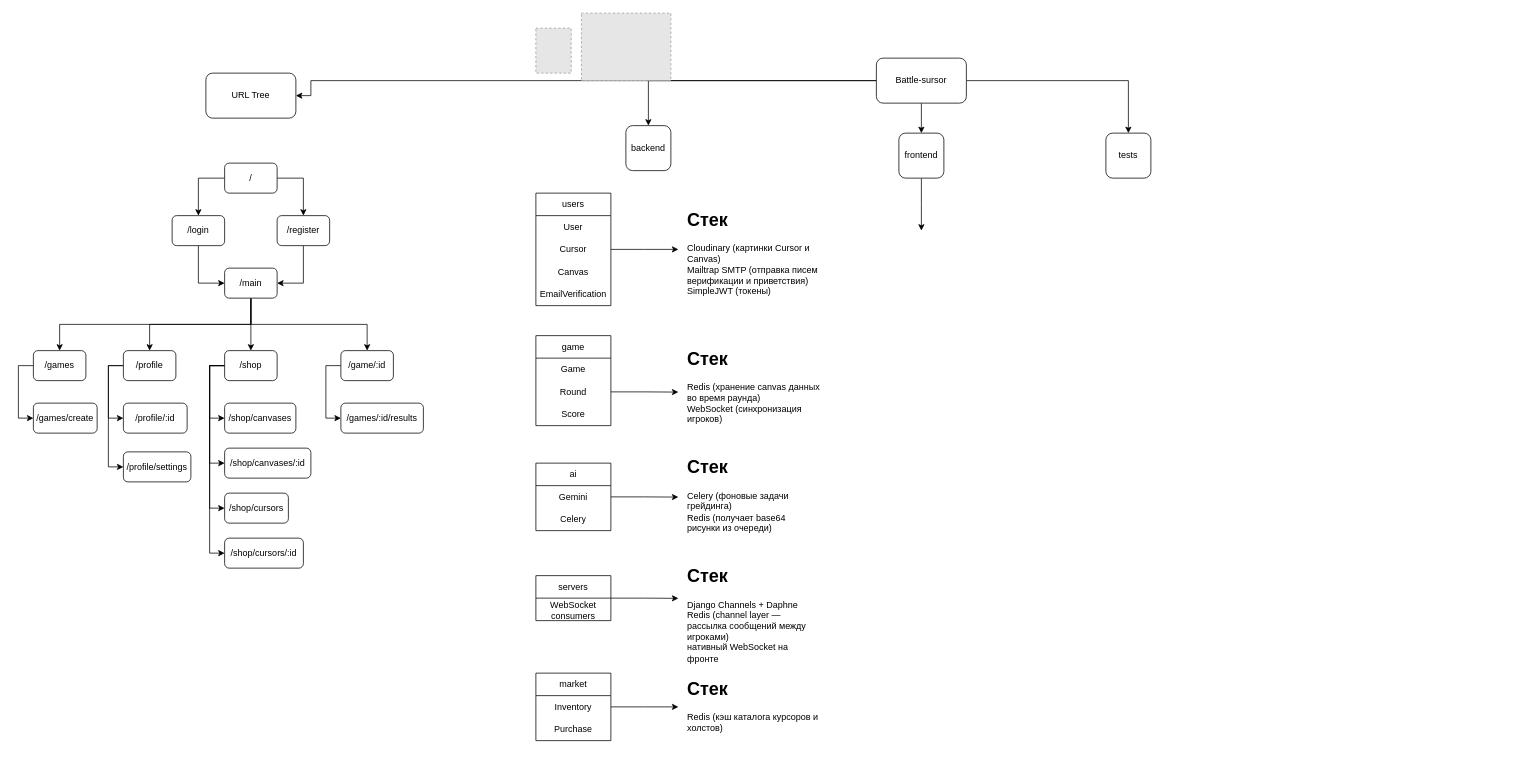
The draw.io diagram page "Architecture" (1 of 4) of Diagrams/Diagrams.drawio in ZeBro-pentest/Battle-cursor, before the edit. Source tidied: cells renumbered, new cells numbered last; positions are measured from the earlier drawing's top-left corner, leaving out a move shared by most shapes. Both pictures are drawn from the tidied source at 75%, with x=0, y=0 at pixel (33, 13). Pictures stored in the file or linked from it are replaced by grey dashed boxes.
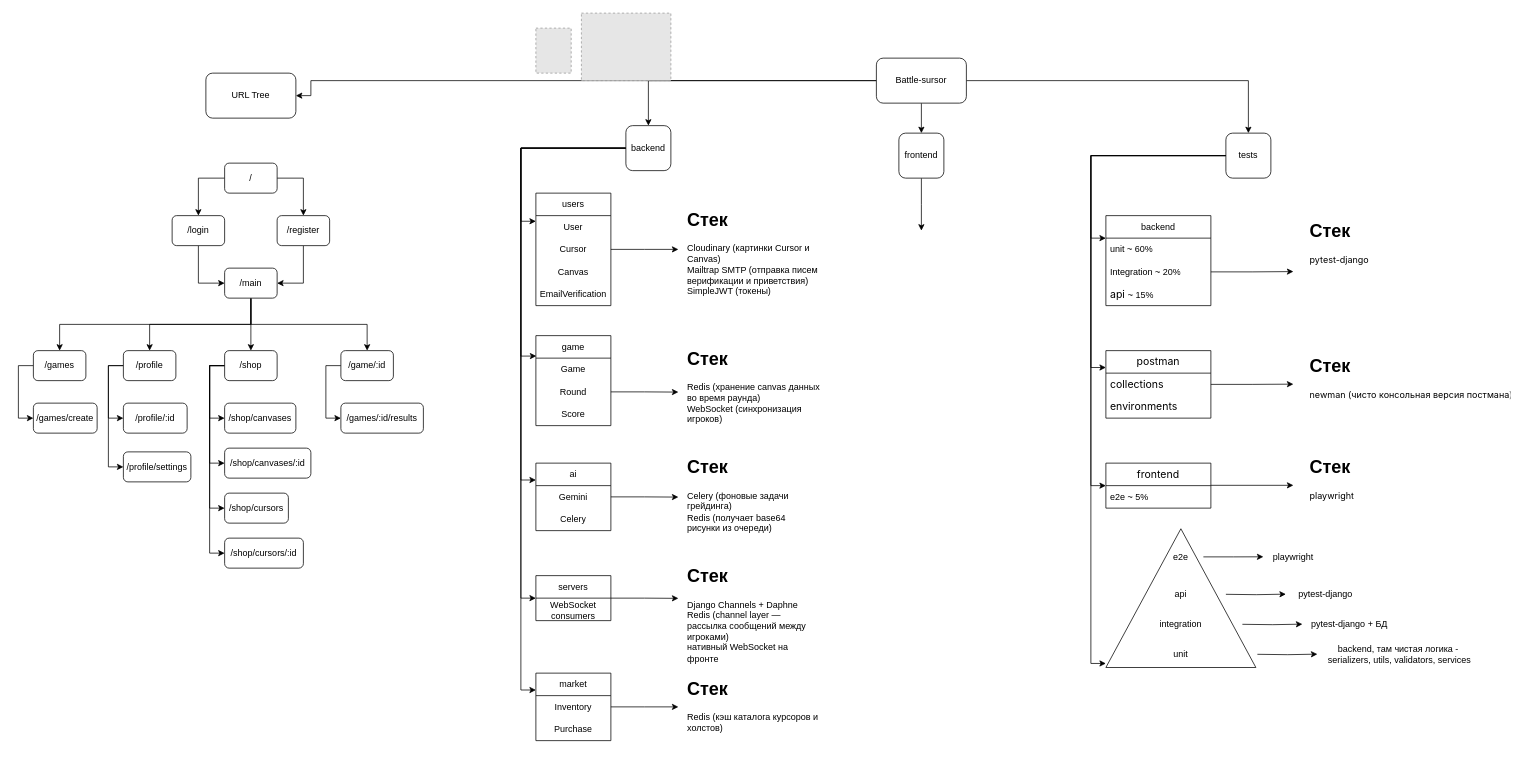
Above is the later version.

Unchanged cells that the change refers to:
```xml
<mxCell id="7" value="backend" style="rounded=1;whiteSpace=wrap;html=1;" parent="1" vertex="1">
  <mxGeometry x="790" y="150" width="60" height="60" as="geometry" />
</mxCell>
<mxCell id="11" value="users" style="swimlane;fontStyle=0;horizontal=1;startSize=30;whiteSpace=wrap;html=1;" parent="1" vertex="1">
  <mxGeometry x="670" y="240" width="100" height="150" as="geometry" />
</mxCell>
<mxCell id="17" value="Game" style="text;strokeColor=none;fillColor=none;align=center;verticalAlign=middle;spacingLeft=4;spacingRight=4;overflow=hidden;points=[[0,0.5],[1,0.5]];portConstraint=eastwest;whiteSpace=wrap;html=1;" parent="16" vertex="1">
  <mxGeometry y="30" width="100" height="30" as="geometry" />
</mxCell>
<mxCell id="21" value="ai" style="swimlane;fontStyle=0;horizontal=1;startSize=30;whiteSpace=wrap;html=1;" parent="1" vertex="1">
  <mxGeometry x="670" y="600" width="100" height="90" as="geometry" />
</mxCell>
<mxCell id="26" value="servers" style="swimlane;fontStyle=0;horizontal=1;startSize=30;whiteSpace=wrap;html=1;" parent="1" vertex="1">
  <mxGeometry x="670" y="750" width="100" height="60" as="geometry" />
</mxCell>
<mxCell id="66" value="market" style="swimlane;fontStyle=0;horizontal=1;startSize=30;whiteSpace=wrap;html=1;" parent="1" vertex="1">
  <mxGeometry x="670" y="880" width="100" height="90" as="geometry" />
</mxCell>
```

Diff of the diagram source:
```diff
@@
+    <mxCell id="73" style="edgeStyle=orthogonalEdgeStyle;rounded=0;jettySize=auto;html=1;exitX=0;exitY=0.5;exitDx=0;exitDy=0;entryX=0;entryY=0.25;entryDx=0;entryDy=0;" parent="1" edge="1" source="7" target="11">
+      <mxGeometry relative="1" as="geometry" />
+    </mxCell>
+    <mxCell id="74" style="edgeStyle=orthogonalEdgeStyle;rounded=0;jettySize=auto;html=1;exitX=0;exitY=0.5;exitDx=0;exitDy=0;entryX=0;entryY=0.25;entryDx=0;entryDy=0;" parent="1" edge="1" source="7" target="21">
+      <mxGeometry relative="1" as="geometry" />
+    </mxCell>
+    <mxCell id="75" style="edgeStyle=orthogonalEdgeStyle;rounded=0;jettySize=auto;html=1;exitX=0;exitY=0.5;exitDx=0;exitDy=0;entryX=0;entryY=0.5;entryDx=0;entryDy=0;" parent="1" edge="1" source="7" target="26">
+      <mxGeometry relative="1" as="geometry" />
+    </mxCell>
+    <mxCell id="76" style="edgeStyle=orthogonalEdgeStyle;rounded=0;jettySize=auto;html=1;exitX=0;exitY=0.5;exitDx=0;exitDy=0;entryX=0;entryY=0.25;entryDx=0;entryDy=0;" parent="1" edge="1" source="7" target="66">
+      <mxGeometry relative="1" as="geometry" />
+    </mxCell>
@@
+    <mxCell id="77" style="edgeStyle=orthogonalEdgeStyle;rounded=0;jettySize=auto;html=1;exitX=0;exitY=0.5;exitDx=0;exitDy=0;entryX=0;entryY=0.25;entryDx=0;entryDy=0;" parent="1" edge="1" source="10" target="80">
+      <mxGeometry relative="1" as="geometry" />
+    </mxCell>
+    <mxCell id="78" style="edgeStyle=orthogonalEdgeStyle;rounded=0;jettySize=auto;html=1;exitX=0;exitY=0.5;exitDx=0;exitDy=0;entryX=0;entryY=0.25;entryDx=0;entryDy=0;" parent="1" edge="1" source="10" target="86">
+      <mxGeometry relative="1" as="geometry" />
+    </mxCell>
+    <mxCell id="79" style="edgeStyle=orthogonalEdgeStyle;rounded=0;jettySize=auto;html=1;exitX=0;exitY=0.5;exitDx=0;exitDy=0;entryX=0;entryY=0.5;entryDx=0;entryDy=0;" parent="1" edge="1" source="10" target="92">
+      <mxGeometry relative="1" as="geometry" />
+    </mxCell>
     <mxCell id="10" value="tests" style="rounded=1;whiteSpace=wrap;html=1;" parent="1" vertex="1">
-      <mxGeometry x="1430" y="160" width="60" height="60" as="geometry" />
+      <mxGeometry x="1590" y="160" width="60" height="60" as="geometry" />
     </mxCell>
@@
+    <mxCell id="80" value="backend" style="swimlane;fontStyle=0;horizontal=1;startSize=30;whiteSpace=wrap;html=1;" parent="1" vertex="1">
+      <mxGeometry x="1430" y="270" width="140" height="120" as="geometry" />
+    </mxCell>
+    <mxCell id="81" value="unit ~ 60%" style="text;strokeColor=none;fillColor=none;align=left;verticalAlign=middle;spacingLeft=4;spacingRight=4;overflow=hidden;whiteSpace=wrap;html=1;" parent="80" vertex="1">
+      <mxGeometry y="30" width="140" height="30" as="geometry" />
+    </mxCell>
+    <mxCell id="82" style="edgeStyle=orthogonalEdgeStyle;rounded=0;jettySize=auto;html=1;exitX=1;exitY=0.5;exitDx=0;exitDy=0;" parent="80" edge="1" source="83">
+      <mxGeometry relative="1" as="geometry">
+        <mxPoint x="250" y="74.6" as="targetPoint" />
+      </mxGeometry>
+    </mxCell>
+    <mxCell id="83" value="Integration ~ 20%" style="text;strokeColor=none;fillColor=none;align=left;verticalAlign=middle;spacingLeft=4;spacingRight=4;overflow=hidden;points=[[0,0.5],[1,0.5]];portConstraint=eastwest;whiteSpace=wrap;html=1;" parent="80" vertex="1">
+      <mxGeometry y="60" width="140" height="30" as="geometry" />
+    </mxCell>
+    <mxCell id="84" value="&lt;span style=&quot;font-family: &amp;quot;Anthropic Sans&amp;quot;, -apple-system, BlinkMacSystemFont, &amp;quot;Segoe UI&amp;quot;, sans-serif; font-size: 14px; white-space: nowrap;&quot;&gt;api&amp;nbsp;&lt;/span&gt;~ 15%" style="text;strokeColor=none;fillColor=none;align=left;verticalAlign=middle;spacingLeft=4;spacingRight=4;overflow=hidden;whiteSpace=wrap;html=1;" parent="80" vertex="1">
+      <mxGeometry y="90" width="140" height="30" as="geometry" />
+    </mxCell>
+    <mxCell id="85" style="edgeStyle=orthogonalEdgeStyle;rounded=0;jettySize=auto;html=1;exitX=0;exitY=0.5;exitDx=0;exitDy=0;entryX=0.006;entryY=-0.091;entryDx=0;entryDy=0;entryPerimeter=0;" parent="1" edge="1" source="7" target="17">
+      <mxGeometry relative="1" as="geometry" />
+    </mxCell>
+    <mxCell id="86" value="&lt;span style=&quot;font-family: &amp;quot;Anthropic Sans&amp;quot;, -apple-system, BlinkMacSystemFont, &amp;quot;Segoe UI&amp;quot;, sans-serif; font-size: 14px; text-align: start; white-space: nowrap;&quot;&gt;postman&lt;/span&gt;" style="swimlane;fontStyle=0;horizontal=1;startSize=30;whiteSpace=wrap;html=1;" parent="1" vertex="1">
+      <mxGeometry x="1430" y="450" width="140" height="90" as="geometry" />
+    </mxCell>
+    <mxCell id="87" style="edgeStyle=orthogonalEdgeStyle;rounded=0;jettySize=auto;html=1;exitX=1;exitY=0.5;exitDx=0;exitDy=0;" parent="86" edge="1" source="88">
+      <mxGeometry relative="1" as="geometry">
+        <mxPoint x="250" y="44.7" as="targetPoint" />
+      </mxGeometry>
+    </mxCell>
+    <mxCell id="88" value="&lt;span style=&quot;font-family: &amp;quot;Anthropic Sans&amp;quot;, -apple-system, BlinkMacSystemFont, &amp;quot;Segoe UI&amp;quot;, sans-serif; font-size: 14px; white-space: nowrap;&quot;&gt;collections&lt;/span&gt;" style="text;strokeColor=none;fillColor=none;align=left;verticalAlign=middle;spacingLeft=4;spacingRight=4;overflow=hidden;points=[[0,0.5],[1,0.5]];portConstraint=eastwest;whiteSpace=wrap;html=1;" parent="86" vertex="1">
+      <mxGeometry y="30" width="140" height="30" as="geometry" />
+    </mxCell>
+    <mxCell id="89" value="&lt;span style=&quot;font-family: &amp;quot;Anthropic Sans&amp;quot;, -apple-system, BlinkMacSystemFont, &amp;quot;Segoe UI&amp;quot;, sans-serif; font-size: 14px; white-space: nowrap;&quot;&gt;environments&lt;/span&gt;" style="text;strokeColor=none;fillColor=none;align=left;verticalAlign=middle;spacingLeft=4;spacingRight=4;overflow=hidden;whiteSpace=wrap;html=1;" parent="86" vertex="1">
+      <mxGeometry y="60" width="140" height="30" as="geometry" />
+    </mxCell>
+    <mxCell id="90" value="&lt;h1 style=&quot;margin-top: 0px;&quot;&gt;Стек&lt;/h1&gt;&lt;p&gt;&lt;span style=&quot;font-family: &amp;quot;Anthropic Sans&amp;quot;, -apple-system, BlinkMacSystemFont, &amp;quot;Segoe UI&amp;quot;, sans-serif; white-space: nowrap;&quot;&gt;pytest-django&lt;/span&gt;&lt;/p&gt;" style="text;html=1;whiteSpace=wrap;overflow=hidden;rounded=0;" parent="1" vertex="1">
+      <mxGeometry x="1700" y="270" width="180" height="120" as="geometry" />
+    </mxCell>
+    <mxCell id="91" value="&lt;h1 style=&quot;margin-top: 0px;&quot;&gt;Стек&lt;/h1&gt;&lt;p&gt;&lt;span style=&quot;font-family: &amp;quot;Anthropic Sans&amp;quot;, -apple-system, BlinkMacSystemFont, &amp;quot;Segoe UI&amp;quot;, sans-serif; white-space: nowrap;&quot;&gt;newman (чисто консольная версия постмана)&lt;/span&gt;&lt;/p&gt;" style="text;html=1;whiteSpace=wrap;overflow=hidden;rounded=0;" parent="1" vertex="1">
+      <mxGeometry x="1700" y="450" width="270" height="120" as="geometry" />
+    </mxCell>
+    <mxCell id="92" value="&lt;div style=&quot;text-align: start;&quot;&gt;&lt;span style=&quot;background-color: transparent; color: light-dark(rgb(0, 0, 0), rgb(255, 255, 255)); font-size: 14px; text-wrap-mode: nowrap;&quot;&gt;&lt;font face=&quot;Anthropic Sans, -apple-system, BlinkMacSystemFont, Segoe UI, sans-serif&quot;&gt;frontend&lt;/font&gt;&lt;/span&gt;&lt;/div&gt;" style="swimlane;fontStyle=0;horizontal=1;startSize=30;whiteSpace=wrap;html=1;" parent="1" vertex="1">
+      <mxGeometry x="1430" y="600" width="140" height="60" as="geometry" />
+    </mxCell>
+    <mxCell id="93" value="e2e ~ 5%" style="text;strokeColor=none;fillColor=none;align=left;verticalAlign=middle;spacingLeft=4;spacingRight=4;overflow=hidden;whiteSpace=wrap;html=1;" parent="92" vertex="1">
+      <mxGeometry y="30" width="140" height="30" as="geometry" />
+    </mxCell>
+    <mxCell id="94" value="&lt;h1 style=&quot;margin-top: 0px;&quot;&gt;Стек&lt;/h1&gt;&lt;p&gt;&lt;span style=&quot;font-family: &amp;quot;Anthropic Sans&amp;quot;, -apple-system, BlinkMacSystemFont, &amp;quot;Segoe UI&amp;quot;, sans-serif; white-space: nowrap;&quot;&gt;playwright&lt;/span&gt;&lt;/p&gt;" style="text;html=1;whiteSpace=wrap;overflow=hidden;rounded=0;" parent="1" vertex="1">
+      <mxGeometry x="1700" y="585" width="180" height="120" as="geometry" />
+    </mxCell>
+    <mxCell id="95" style="edgeStyle=orthogonalEdgeStyle;rounded=0;orthogonalLoop=1;jettySize=auto;html=1;exitX=1;exitY=0.5;exitDx=0;exitDy=0;" parent="1" edge="1">
+      <mxGeometry relative="1" as="geometry">
+        <mxPoint x="1570" y="629.6" as="sourcePoint" />
+        <mxPoint x="1680" y="629.6" as="targetPoint" />
+      </mxGeometry>
+    </mxCell>
+    <mxCell id="96" style="triangle;whiteSpace=wrap;html=1;direction=north;" parent="1" vertex="1">
+      <mxGeometry x="1430" y="687.5" width="200" height="185" as="geometry" />
+    </mxCell>
+    <mxCell id="97" style="edgeStyle=orthogonalEdgeStyle;rounded=0;jettySize=auto;html=1;exitX=0;exitY=0.5;exitDx=0;exitDy=0;entryX=0.029;entryY=0;entryDx=0;entryDy=0;entryPerimeter=0;" parent="1" edge="1" source="10" target="96">
+      <mxGeometry relative="1" as="geometry" />
+    </mxCell>
+    <mxCell id="98" style="edgeStyle=orthogonalEdgeStyle;rounded=0;jettySize=auto;html=1;exitX=1;exitY=0.5;exitDx=0;exitDy=0;" parent="1" edge="1" source="99">
+      <mxGeometry relative="1" as="geometry">
+        <mxPoint x="1640" y="724.9" as="targetPoint" />
+      </mxGeometry>
+    </mxCell>
+    <mxCell id="99" value="e2e" style="text;html=1;whiteSpace=wrap;strokeColor=none;fillColor=none;align=center;verticalAlign=middle;rounded=0;" parent="1" vertex="1">
+      <mxGeometry x="1500" y="710" width="60" height="30" as="geometry" />
+    </mxCell>
+    <mxCell id="100" value="api" style="text;html=1;whiteSpace=wrap;strokeColor=none;fillColor=none;align=center;verticalAlign=middle;rounded=0;" parent="1" vertex="1">
+      <mxGeometry x="1500" y="760" width="60" height="30" as="geometry" />
+    </mxCell>
+    <mxCell id="101" value="integration" style="text;html=1;whiteSpace=wrap;strokeColor=none;fillColor=none;align=center;verticalAlign=middle;rounded=0;" parent="1" vertex="1">
+      <mxGeometry x="1500" y="800" width="60" height="30" as="geometry" />
+    </mxCell>
+    <mxCell id="102" value="unit" style="text;html=1;whiteSpace=wrap;strokeColor=none;fillColor=none;align=center;verticalAlign=middle;rounded=0;" parent="1" vertex="1">
+      <mxGeometry x="1500" y="840" width="60" height="30" as="geometry" />
+    </mxCell>
+    <mxCell id="103" value="playwright" style="text;html=1;whiteSpace=wrap;strokeColor=none;fillColor=none;align=center;verticalAlign=middle;rounded=0;" parent="1" vertex="1">
+      <mxGeometry x="1650" y="710" width="60" height="30" as="geometry" />
+    </mxCell>
+    <mxCell id="104" style="edgeStyle=orthogonalEdgeStyle;rounded=0;orthogonalLoop=1;jettySize=auto;html=1;exitX=1;exitY=0.5;exitDx=0;exitDy=0;" parent="1" edge="1">
+      <mxGeometry relative="1" as="geometry">
+        <mxPoint x="1590" y="774.9" as="sourcePoint" />
+        <mxPoint x="1670" y="774.7" as="targetPoint" />
+      </mxGeometry>
+    </mxCell>
+    <mxCell id="105" value=" pytest-django" style="text;html=1;whiteSpace=wrap;strokeColor=none;fillColor=none;align=center;verticalAlign=middle;rounded=0;" parent="1" vertex="1">
+      <mxGeometry x="1678" y="760" width="90" height="30" as="geometry" />
+    </mxCell>
+    <mxCell id="106" style="edgeStyle=orthogonalEdgeStyle;rounded=0;orthogonalLoop=1;jettySize=auto;html=1;exitX=1;exitY=0.5;exitDx=0;exitDy=0;" parent="1" edge="1">
+      <mxGeometry relative="1" as="geometry">
+        <mxPoint x="1612" y="814.9" as="sourcePoint" />
+        <mxPoint x="1692" y="814.7" as="targetPoint" />
+      </mxGeometry>
+    </mxCell>
+    <mxCell id="107" value="pytest-django + БД" style="text;html=1;whiteSpace=wrap;strokeColor=none;fillColor=none;align=center;verticalAlign=middle;rounded=0;" parent="1" vertex="1">
+      <mxGeometry x="1690" y="800" width="130" height="30" as="geometry" />
+    </mxCell>
+    <mxCell id="108" style="edgeStyle=orthogonalEdgeStyle;rounded=0;orthogonalLoop=1;jettySize=auto;html=1;exitX=1;exitY=0.5;exitDx=0;exitDy=0;" parent="1" edge="1">
+      <mxGeometry relative="1" as="geometry">
+        <mxPoint x="1632" y="854.9" as="sourcePoint" />
+        <mxPoint x="1712" y="854.7" as="targetPoint" />
+      </mxGeometry>
+    </mxCell>
+    <mxCell id="109" value="backend, там чистая логика -&amp;nbsp;serializers, utils, validators,&amp;nbsp;services" style="text;html=1;whiteSpace=wrap;strokeColor=none;fillColor=none;align=center;verticalAlign=middle;rounded=0;" parent="1" vertex="1">
+      <mxGeometry x="1720" y="840" width="200" height="30" as="geometry" />
+    </mxCell>
```
